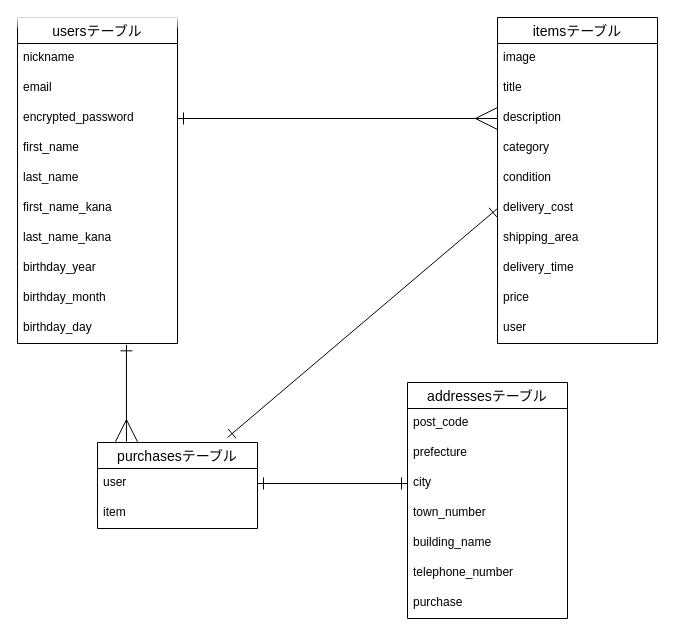
Before: furima.dio in simanun/furima-39841, a draw.io diagram. Source tidied: cells renumbered, new cells numbered last; positions are measured from the earlier drawing's top-left corner, leaving out a move shared by most shapes. Both pictures are drawn from the tidied source at 100%, with x=0, y=0 at pixel (17, 17).
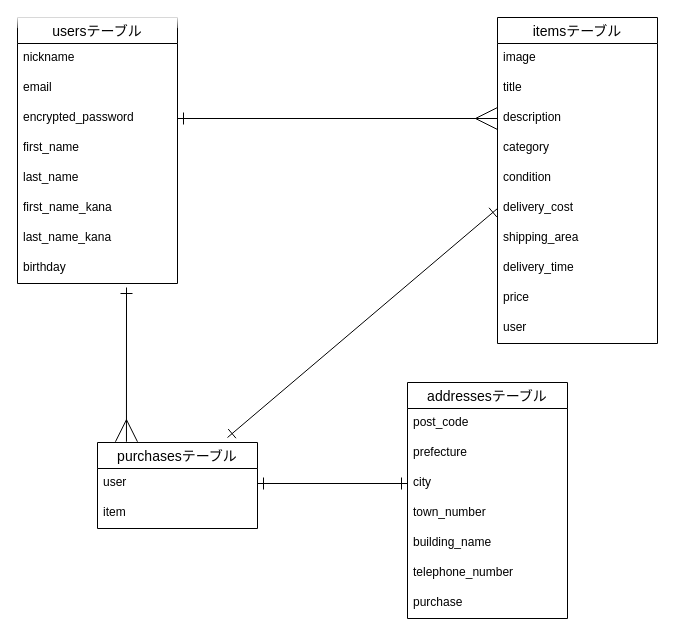
After the change.

Commit message (it also covers changes not shown here):
生年月日カラムの修正

The change refers to these unchanged cells:
```xml
<mxCell id="24" value="purchasesテーブル" style="swimlane;fontStyle=0;horizontal=1;startSize=26;align=center;fontSize=14;" parent="1" vertex="1">
  <mxGeometry x="80" y="425" width="160" height="86" as="geometry" />
</mxCell>
```

Change to the diagram source:
```diff
@@
     <mxCell id="2" value="usersテーブル" style="swimlane;fontStyle=0;horizontal=1;startSize=26;align=center;fontSize=14;glass=1;" parent="1" vertex="1">
-      <mxGeometry width="160" height="326" as="geometry" />
+      <mxGeometry width="160" height="266" as="geometry" />
     </mxCell>
@@
-    <mxCell id="10" value="birthday_year" style="text;strokeColor=none;fillColor=none;spacingLeft=4;spacingRight=4;overflow=hidden;fontSize=12;glass=1;labelBorderColor=none;" parent="2" vertex="1">
+    <mxCell id="10" value="birthday" style="text;strokeColor=none;fillColor=none;spacingLeft=4;spacingRight=4;overflow=hidden;fontSize=12;glass=1;labelBorderColor=none;" parent="2" vertex="1">
       <mxGeometry y="236" width="160" height="30" as="geometry" />
     </mxCell>
-    <mxCell id="11" value="birthday_month" style="text;strokeColor=none;fillColor=none;spacingLeft=4;spacingRight=4;overflow=hidden;fontSize=12;glass=1;labelBorderColor=none;" parent="2" vertex="1">
-      <mxGeometry y="266" width="160" height="30" as="geometry" />
-    </mxCell>
-    <mxCell id="12" value="birthday_day" style="text;strokeColor=none;fillColor=none;spacingLeft=4;spacingRight=4;overflow=hidden;points=[[0,0.5],[1,0.5]];portConstraint=eastwest;fontSize=12;glass=1;labelBorderColor=none;" parent="2" vertex="1">
-      <mxGeometry y="296" width="160" height="30" as="geometry" />
-    </mxCell>
@@
-    <mxCell id="36" style="edgeStyle=none;jumpSize=10;html=1;exitX=0.681;exitY=1.044;exitDx=0;exitDy=0;entryX=0.181;entryY=-0.009;entryDx=0;entryDy=0;entryPerimeter=0;startArrow=ERone;startFill=0;endArrow=ERmany;endFill=0;startSize=10;endSize=20;exitPerimeter=0;" parent="1" edge="1" source="12" target="24">
-      <mxGeometry relative="1" as="geometry" />
+    <mxCell id="36" style="edgeStyle=none;jumpSize=10;html=1;entryX=0.181;entryY=-0.009;entryDx=0;entryDy=0;entryPerimeter=0;startArrow=ERone;startFill=0;endArrow=ERmany;endFill=0;startSize=10;endSize=20;" parent="1" edge="1" target="24">
+      <mxGeometry relative="1" as="geometry">
+        <mxPoint x="109" y="270" as="sourcePoint" />
+      </mxGeometry>
     </mxCell>
```
